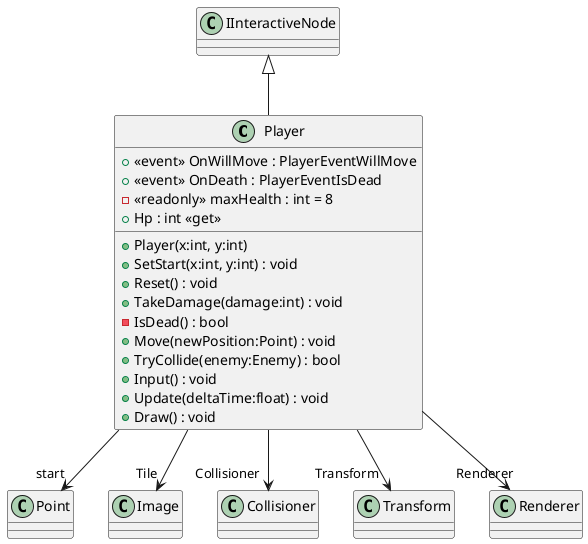
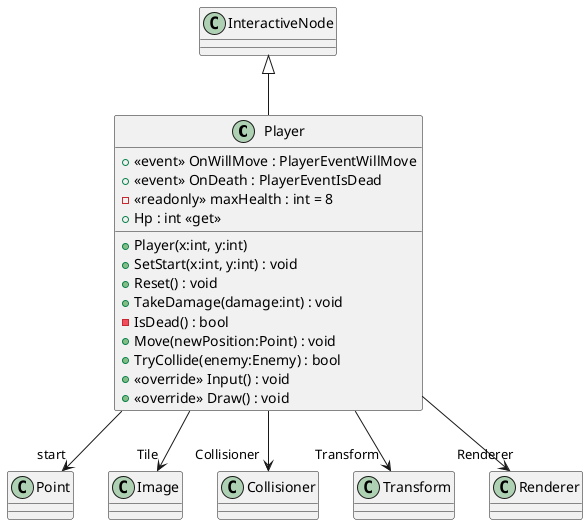
@startuml
class Player {
    +  <<event>> OnWillMove : PlayerEventWillMove
    +  <<event>> OnDeath : PlayerEventIsDead
    - <<readonly>> maxHealth : int = 8
    + Hp : int <<get>>
    + Player(x:int, y:int)
    + SetStart(x:int, y:int) : void
    + Reset() : void
    + TakeDamage(damage:int) : void
    - IsDead() : bool
    + Move(newPosition:Point) : void
    + TryCollide(enemy:Enemy) : bool
-     + Input() : void
-     + Update(deltaTime:float) : void
-     + Draw() : void
+     + <<override>> Input() : void
+     + <<override>> Draw() : void
}
- IInteractiveNode <|-- Player
+ InteractiveNode <|-- Player
Player --> "start" Point
Player --> "Tile" Image
Player --> "Collisioner" Collisioner
Player --> "Transform" Transform
Player --> "Renderer" Renderer
@enduml
